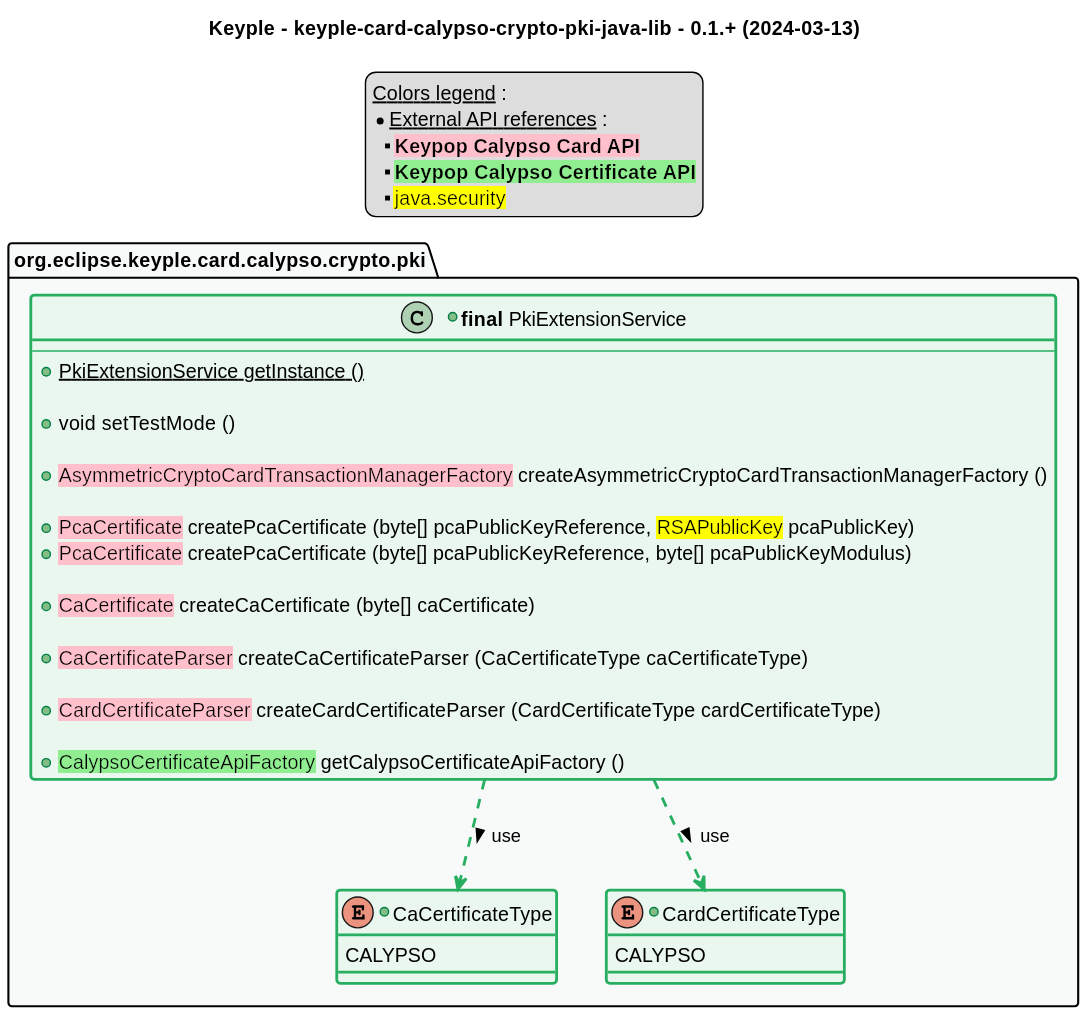
This is src/main/uml/api_class_diagram.svg from eclipse-keyple/keyple-card-calypso-crypto-pki-java-lib, a PlantUML export, as it was before one commit.
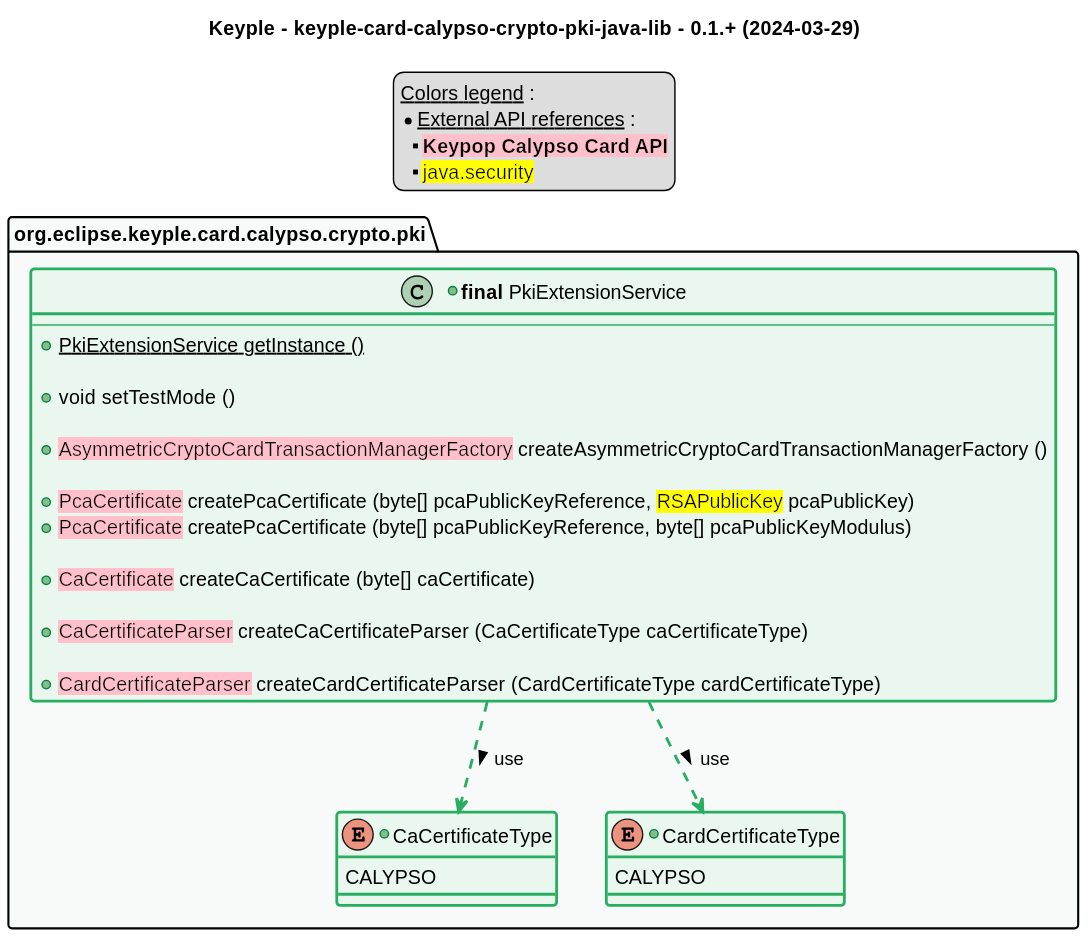
The same diagram one commit later.

Commit message:
remove certificate api

Diff of the diagram source:
```diff
@@ -1,6 +1,6 @@
 @startuml
 title
-    Keyple - keyple-card-calypso-crypto-pki-java-lib - 0.1.+ (2024-03-13)
+    Keyple - keyple-card-calypso-crypto-pki-java-lib - 0.1.+ (2024-03-29)
 end title
 
 
@@ -44,7 +44,6 @@
     __Colors legend__ :
     * __External API references__ :
     ** <back:pink>**Keypop Calypso Card API**</back>
-    ** <back:lightgreen>**Keypop Calypso Certificate API**</back>
     ** <back:yellow>java.security</back>
 end legend
 
@@ -65,8 +64,6 @@
         +<back:pink>CaCertificateParser</back> createCaCertificateParser (CaCertificateType caCertificateType)
 
         +<back:pink>CardCertificateParser</back> createCardCertificateParser (CardCertificateType cardCertificateType)
-
-        +<back:lightgreen>CalypsoCertificateApiFactory</back> getCalypsoCertificateApiFactory ()
     }
     +enum CaCertificateType <<green>> {
         CALYPSO
```
